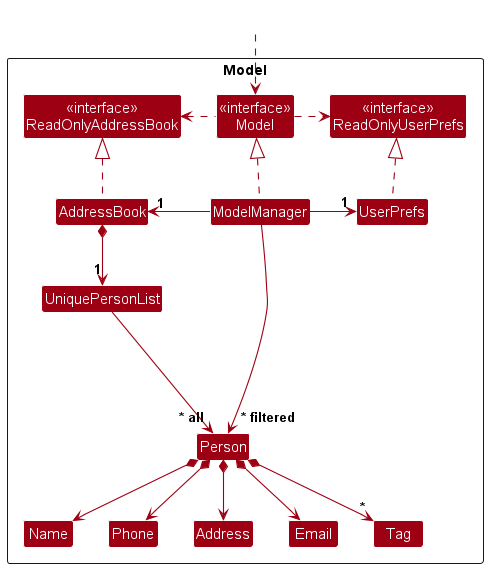
The PlantUML diagram docs/images/ModelClassDiagram.png in nus-cs2103-AY2425S1/tp, before a commit.
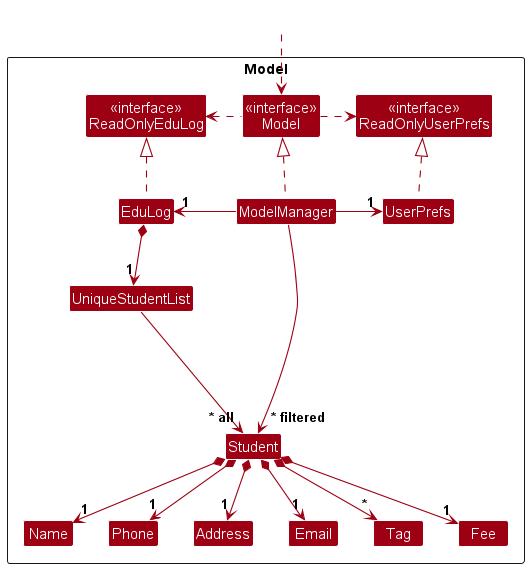
After the commit.

Commit message:
DG Architecture diagram fixes

What changed in the source:
```diff
@@ -5,20 +5,21 @@
 skinparam classBackgroundColor MODEL_COLOR
 
 Package Model as ModelPackage <<Rectangle>>{
-Class "<<interface>>\nReadOnlyAddressBook" as ReadOnlyAddressBook
+Class "<<interface>>\nReadOnlyEduLog" as ReadOnlyEduLog
 Class "<<interface>>\nReadOnlyUserPrefs" as ReadOnlyUserPrefs
 Class "<<interface>>\nModel" as Model
-Class AddressBook
+Class EduLog
 Class ModelManager
 Class UserPrefs
 
-Class UniquePersonList
-Class Person
+Class UniqueStudentList
+Class Student
 Class Address
 Class Email
 Class Name
 Class Phone
 Class Tag
+Class Fee
 
 Class I #FFFFFF
 }
@@ -26,29 +27,30 @@
 Class HiddenOutside #FFFFFF
 HiddenOutside ..> Model
 
-AddressBook .up.|> ReadOnlyAddressBook
+EduLog .up.|> ReadOnlyEduLog
 
 ModelManager .up.|> Model
 Model .right.> ReadOnlyUserPrefs
-Model .left.> ReadOnlyAddressBook
-ModelManager -left-> "1" AddressBook
+Model .left.> ReadOnlyEduLog
+ModelManager -left-> "1" EduLog
 ModelManager -right-> "1" UserPrefs
 UserPrefs .up.|> ReadOnlyUserPrefs
 
-AddressBook *--> "1" UniquePersonList
-UniquePersonList --> "~* all" Person
-Person *--> Name
-Person *--> Phone
-Person *--> Email
-Person *--> Address
-Person *--> "*" Tag
+EduLog *--> "1" UniqueStudentList
+UniqueStudentList --> "~* all" Student
+Student *--> "1" Name
+Student *--> "1" Phone
+Student *--> "1" Email
+Student *--> "1" Address
+Student *--> "*" Tag
+Student *--> "1" Fee
 
-Person -[hidden]up--> I
-UniquePersonList -[hidden]right-> I
+Student -[hidden]up--> I
+UniqueStudentList -[hidden]right-> I
 
 Name -[hidden]right-> Phone
 Phone -[hidden]right-> Address
 Address -[hidden]right-> Email
 
-ModelManager --> "~* filtered" Person
+ModelManager --> "~* filtered" Student
 @enduml
```
